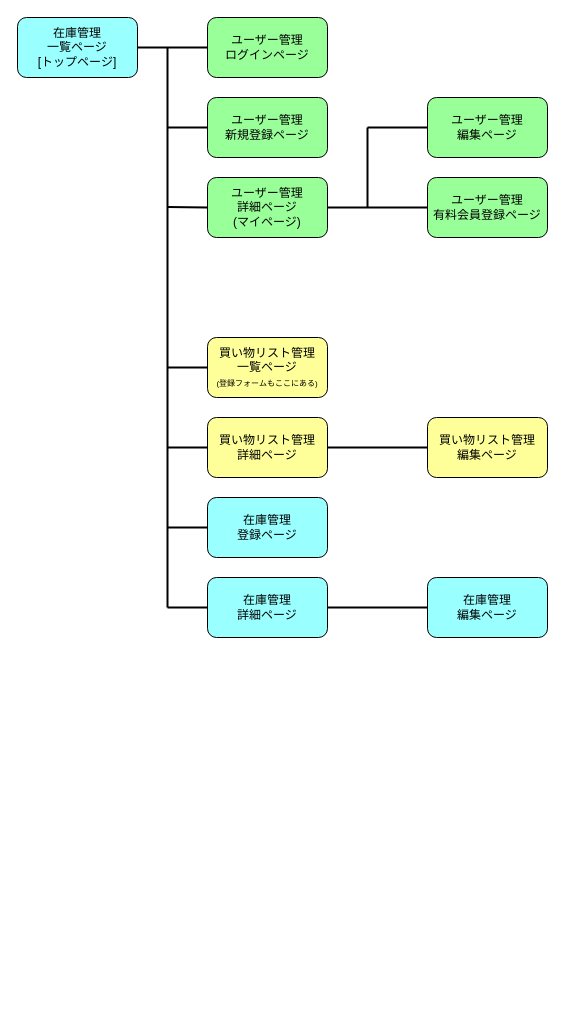
Before: page "案1" (1 of 2) of Screen transition.dio in miyazato1872/shopping_memo, a draw.io diagram. Source tidied: cells renumbered, new cells numbered last; positions are measured from the earlier drawing's top-left corner, leaving out a move shared by most shapes. Both pictures are drawn from the tidied source at 100%, with x=0, y=0 at pixel (17, 17).
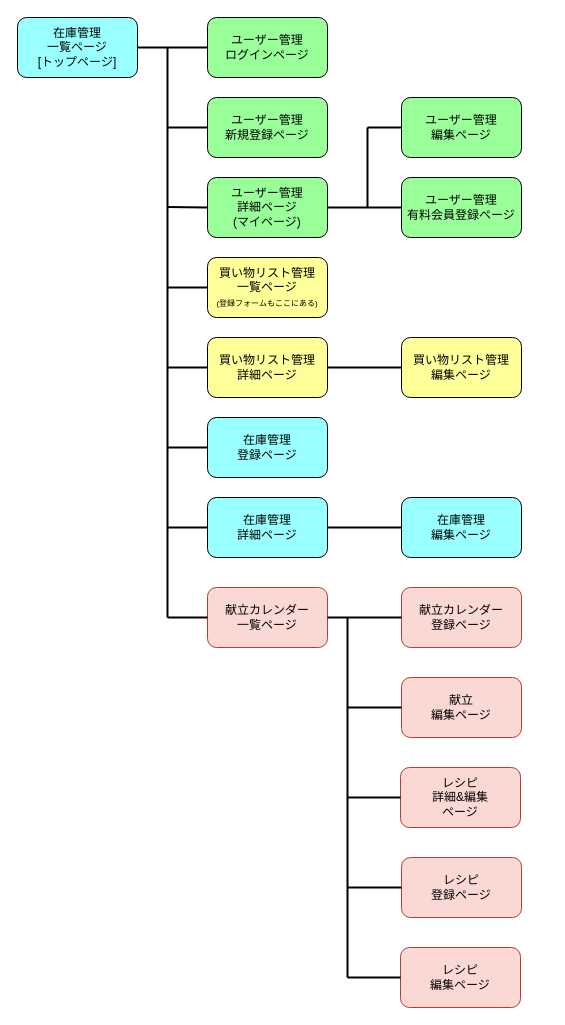
After the change.

Commit message (it also covers changes not shown here):
レシピ投稿機能のER図作成

What changed in the source:
```diff
@@
     <mxCell id="5" value="在庫管理&lt;br&gt;登録ページ" style="rounded=1;whiteSpace=wrap;html=1;fillColor=#99FFFF;labelBackgroundColor=none;fontColor=#000000;" parent="1" vertex="1">
-      <mxGeometry x="190" y="480" width="120" height="60" as="geometry" />
+      <mxGeometry x="190" y="400" width="120" height="60" as="geometry" />
     </mxCell>
@@
     <mxCell id="8" style="endArrow=none;html=1;fontColor=#000000;fontSize=14;strokeWidth=2;" parent="1" edge="1">
       <mxGeometry relative="1" as="geometry">
-        <mxPoint x="150" y="590" as="sourcePoint" />
+        <mxPoint x="150" y="600" as="sourcePoint" />
         <mxPoint x="150" y="30" as="targetPoint" />
       </mxGeometry>
     </mxCell>
@@
     <mxCell id="11" style="endArrow=none;html=1;fontColor=#000000;fontSize=14;strokeWidth=2;exitX=0;exitY=0.5;exitDx=0;exitDy=0;" parent="1" edge="1" source="17">
       <mxGeometry relative="1" as="geometry">
-        <mxPoint x="150" y="350" as="targetPoint" />
+        <mxPoint x="150" y="270" as="targetPoint" />
       </mxGeometry>
     </mxCell>
     <mxCell id="12" value="在庫管理&lt;br&gt;詳細ページ" style="rounded=1;whiteSpace=wrap;html=1;fillColor=#99FFFF;labelBackgroundColor=none;fontColor=#000000;" parent="1" vertex="1">
-      <mxGeometry x="190" y="560" width="120" height="60" as="geometry" />
+      <mxGeometry x="190" y="480" width="120" height="60" as="geometry" />
     </mxCell>
     <mxCell id="13" value="在庫管理&lt;br&gt;編集ページ" style="rounded=1;whiteSpace=wrap;html=1;fillColor=#99FFFF;labelBackgroundColor=none;fontColor=#000000;" parent="1" vertex="1">
-      <mxGeometry x="410" y="560" width="120" height="60" as="geometry" />
+      <mxGeometry x="384" y="480" width="120" height="60" as="geometry" />
     </mxCell>
-    <mxCell id="14" style="endArrow=none;html=1;fontColor=#000000;fontSize=14;strokeWidth=2;exitX=0;exitY=0.5;exitDx=0;exitDy=0;entryX=1;entryY=0.5;entryDx=0;entryDy=0;" parent="1" edge="1" source="13" target="12">
+    <mxCell id="14" style="endArrow=none;html=1;fontColor=#000000;fontSize=14;strokeWidth=2;entryX=1;entryY=0.5;entryDx=0;entryDy=0;exitX=0;exitY=0.5;exitDx=0;exitDy=0;" parent="1" edge="1" source="13" target="12">
       <mxGeometry relative="1" as="geometry" />
     </mxCell>
     <mxCell id="15" value="ユーザー管理&lt;br&gt;有料会員登録ページ" style="rounded=1;whiteSpace=wrap;html=1;fillColor=#99FF99;labelBackgroundColor=none;fontColor=#000000;" parent="1" vertex="1">
-      <mxGeometry x="410" y="160" width="120" height="60" as="geometry" />
+      <mxGeometry x="384" y="160" width="120" height="60" as="geometry" />
     </mxCell>
@@
     <mxCell id="17" value="買い物リスト管理&lt;br&gt;一覧ページ&lt;br&gt;&lt;font style=&quot;font-size: 8px;&quot;&gt;(登録フォームもここにある)&lt;/font&gt;" style="rounded=1;whiteSpace=wrap;html=1;fillColor=#FFFF99;labelBackgroundColor=none;fontColor=#000000;" parent="1" vertex="1">
-      <mxGeometry x="190" y="320" width="120" height="60" as="geometry" />
+      <mxGeometry x="190" y="240" width="120" height="60" as="geometry" />
     </mxCell>
     <mxCell id="18" value="買い物リスト管理&lt;br&gt;詳細ページ" style="rounded=1;whiteSpace=wrap;html=1;fillColor=#FFFF99;labelBackgroundColor=none;fontColor=#000000;" parent="1" vertex="1">
-      <mxGeometry x="190" y="400" width="120" height="60" as="geometry" />
+      <mxGeometry x="190" y="320" width="120" height="60" as="geometry" />
     </mxCell>
     <mxCell id="19" style="endArrow=none;html=1;fontColor=#000000;fontSize=14;strokeWidth=2;exitX=0;exitY=0.5;exitDx=0;exitDy=0;" parent="1" edge="1" source="18">
       <mxGeometry relative="1" as="geometry">
-        <mxPoint x="150" y="430" as="targetPoint" />
+        <mxPoint x="150" y="350" as="targetPoint" />
       </mxGeometry>
     </mxCell>
     <mxCell id="20" style="endArrow=none;html=1;fontColor=#000000;fontSize=14;strokeWidth=2;exitX=0;exitY=0.5;exitDx=0;exitDy=0;" parent="1" edge="1" source="5">
       <mxGeometry relative="1" as="geometry">
-        <mxPoint x="150" y="510" as="targetPoint" />
+        <mxPoint x="150" y="430" as="targetPoint" />
       </mxGeometry>
     </mxCell>
     <mxCell id="21" style="endArrow=none;html=1;fontColor=#000000;fontSize=14;strokeWidth=2;exitX=0;exitY=0.5;exitDx=0;exitDy=0;" parent="1" edge="1" source="12">
       <mxGeometry relative="1" as="geometry">
-        <mxPoint x="150" y="590" as="targetPoint" />
+        <mxPoint x="150" y="510" as="targetPoint" />
       </mxGeometry>
     </mxCell>
     <mxCell id="22" value="ユーザー管理&lt;br&gt;編集ページ" style="rounded=1;whiteSpace=wrap;html=1;fillColor=#99FF99;labelBackgroundColor=none;fontColor=#000000;" parent="1" vertex="1">
-      <mxGeometry x="410" y="80" width="120" height="60" as="geometry" />
+      <mxGeometry x="384" y="80" width="120" height="60" as="geometry" />
     </mxCell>
@@
     <mxCell id="25" value="買い物リスト管理&lt;br&gt;編集ページ" style="rounded=1;whiteSpace=wrap;html=1;fillColor=#FFFF99;labelBackgroundColor=none;fontColor=#000000;" parent="1" vertex="1">
-      <mxGeometry x="410" y="400" width="120" height="60" as="geometry" />
+      <mxGeometry x="384" y="320" width="120" height="60" as="geometry" />
     </mxCell>
-    <mxCell id="26" style="endArrow=none;html=1;fontColor=#000000;fontSize=14;strokeWidth=2;exitX=0;exitY=0.5;exitDx=0;exitDy=0;entryX=1;entryY=0.5;entryDx=0;entryDy=0;" parent="1" edge="1" source="25" target="18">
+    <mxCell id="26" style="endArrow=none;html=1;fontColor=#000000;fontSize=14;strokeWidth=2;entryX=1;entryY=0.5;entryDx=0;entryDy=0;exitX=0;exitY=0.5;exitDx=0;exitDy=0;" parent="1" edge="1" source="25" target="18">
       <mxGeometry relative="1" as="geometry" />
     </mxCell>
+    <mxCell id="27" value="献立カレンダー&lt;br&gt;一覧ページ" style="rounded=1;whiteSpace=wrap;html=1;fillColor=#fad9d5;labelBackgroundColor=none;strokeColor=#ae4132;fontColor=#000000;" parent="1" vertex="1">
+      <mxGeometry x="190" y="570" width="120" height="60" as="geometry" />
+    </mxCell>
+    <mxCell id="28" style="endArrow=none;html=1;fontColor=#000000;fontSize=14;strokeWidth=2;exitX=0;exitY=0.5;exitDx=0;exitDy=0;" parent="1" edge="1" source="27">
+      <mxGeometry relative="1" as="geometry">
+        <mxPoint x="150" y="600" as="targetPoint" />
+      </mxGeometry>
+    </mxCell>
+    <mxCell id="29" value="レシピ&lt;br&gt;登録ページ" style="rounded=1;whiteSpace=wrap;html=1;fillColor=#fad9d5;labelBackgroundColor=none;strokeColor=#ae4132;fontColor=#000000;" parent="1" vertex="1">
+      <mxGeometry x="384" y="840" width="120" height="60" as="geometry" />
+    </mxCell>
+    <mxCell id="30" value="献立カレンダー&lt;br&gt;登録ページ" style="rounded=1;whiteSpace=wrap;html=1;fillColor=#fad9d5;labelBackgroundColor=none;strokeColor=#ae4132;fontColor=#000000;" parent="1" vertex="1">
+      <mxGeometry x="384" y="570" width="120" height="60" as="geometry" />
+    </mxCell>
+    <mxCell id="31" style="endArrow=none;html=1;fontColor=#000000;fontSize=14;strokeWidth=2;exitX=0;exitY=0.5;exitDx=0;exitDy=0;entryX=1;entryY=0.5;entryDx=0;entryDy=0;" parent="1" edge="1" source="30" target="27">
+      <mxGeometry relative="1" as="geometry" />
+    </mxCell>
+    <mxCell id="32" value="献立&lt;br&gt;編集ページ" style="rounded=1;whiteSpace=wrap;html=1;fillColor=#fad9d5;labelBackgroundColor=none;strokeColor=#ae4132;fontColor=#000000;" parent="1" vertex="1">
+      <mxGeometry x="384" y="660" width="120" height="60" as="geometry" />
+    </mxCell>
+    <mxCell id="33" value="レシピ&lt;br&gt;編集ページ" style="rounded=1;whiteSpace=wrap;html=1;fillColor=#fad9d5;labelBackgroundColor=none;strokeColor=#ae4132;fontColor=#000000;" parent="1" vertex="1">
+      <mxGeometry x="383" y="930" width="120" height="60" as="geometry" />
+    </mxCell>
+    <mxCell id="34" style="endArrow=none;html=1;fontColor=#000000;fontSize=14;strokeWidth=2;" parent="1" edge="1">
+      <mxGeometry relative="1" as="geometry">
+        <mxPoint x="330" y="960" as="sourcePoint" />
+        <mxPoint x="330" y="600" as="targetPoint" />
+      </mxGeometry>
+    </mxCell>
+    <mxCell id="35" value="レシピ&lt;br&gt;詳細&amp;amp;編集&lt;br&gt;ページ" style="rounded=1;whiteSpace=wrap;html=1;fillColor=#fad9d5;labelBackgroundColor=none;strokeColor=#ae4132;fontColor=#000000;" parent="1" vertex="1">
+      <mxGeometry x="383" y="750" width="120" height="60" as="geometry" />
+    </mxCell>
+    <mxCell id="36" style="endArrow=none;html=1;fontColor=#000000;fontSize=14;strokeWidth=2;exitX=0;exitY=0.5;exitDx=0;exitDy=0;" parent="1" edge="1" source="32">
+      <mxGeometry relative="1" as="geometry">
+        <mxPoint x="330" y="690" as="targetPoint" />
+      </mxGeometry>
+    </mxCell>
+    <mxCell id="37" style="endArrow=none;html=1;fontColor=#000000;fontSize=14;strokeWidth=2;exitX=0;exitY=0.5;exitDx=0;exitDy=0;" parent="1" edge="1" source="35">
+      <mxGeometry relative="1" as="geometry">
+        <mxPoint x="330" y="780" as="targetPoint" />
+      </mxGeometry>
+    </mxCell>
+    <mxCell id="38" style="endArrow=none;html=1;fontColor=#000000;fontSize=14;strokeWidth=2;exitX=0;exitY=0.5;exitDx=0;exitDy=0;" parent="1" edge="1" source="29">
+      <mxGeometry relative="1" as="geometry">
+        <mxPoint x="330" y="870" as="targetPoint" />
+      </mxGeometry>
+    </mxCell>
+    <mxCell id="39" style="endArrow=none;html=1;fontColor=#000000;fontSize=14;strokeWidth=2;exitX=0;exitY=0.5;exitDx=0;exitDy=0;" parent="1" edge="1" source="33">
+      <mxGeometry relative="1" as="geometry">
+        <mxPoint x="330" y="960" as="targetPoint" />
+      </mxGeometry>
+    </mxCell>
```
